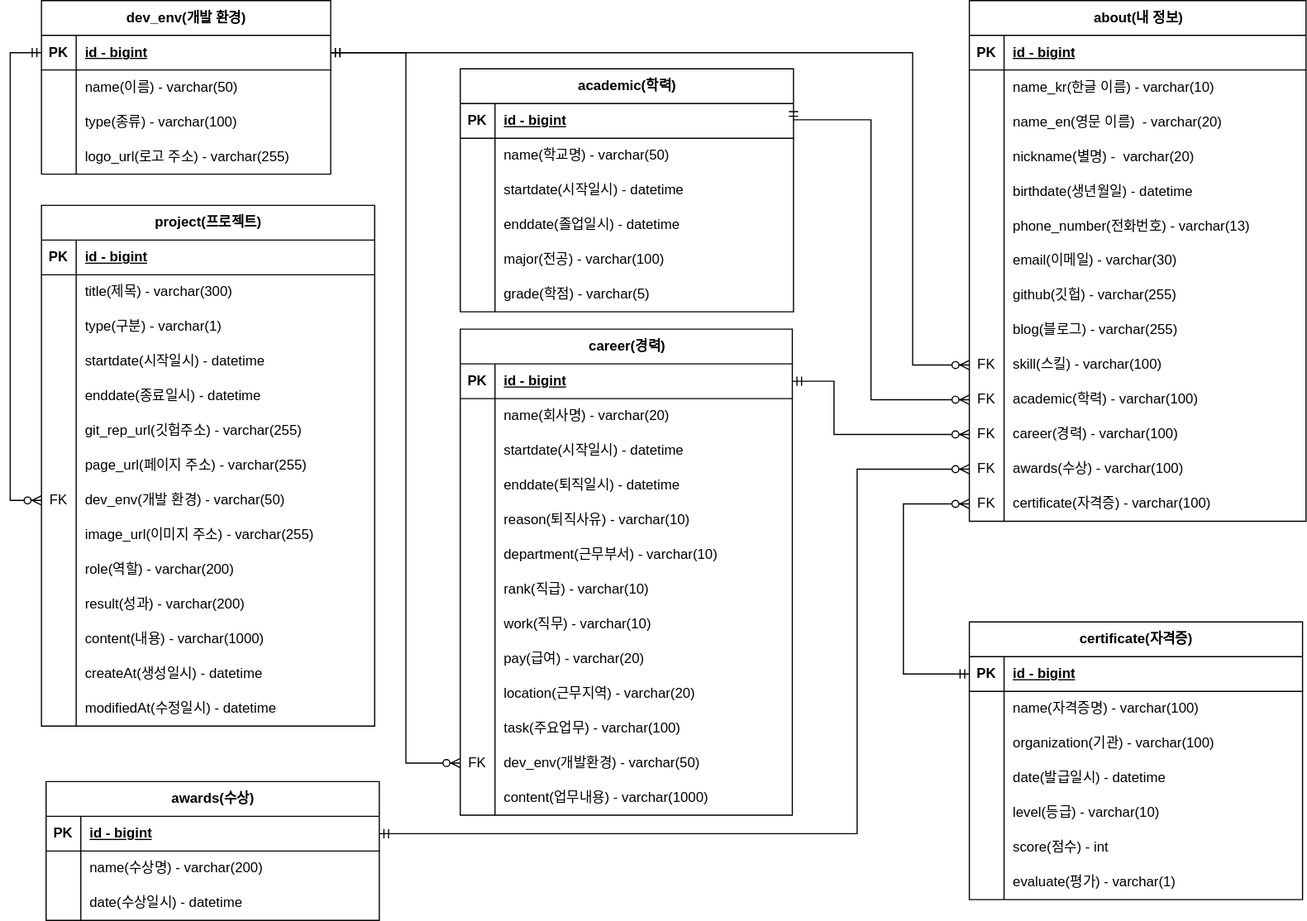
Above: document/project-portfolio-erd.svg in benedictJHGil/my-portfolio-app (draw.io), before the change. Source tidied: cells renumbered, new cells last; positions are measured from the earlier drawing's top-left corner, leaving out a move shared by most shapes.
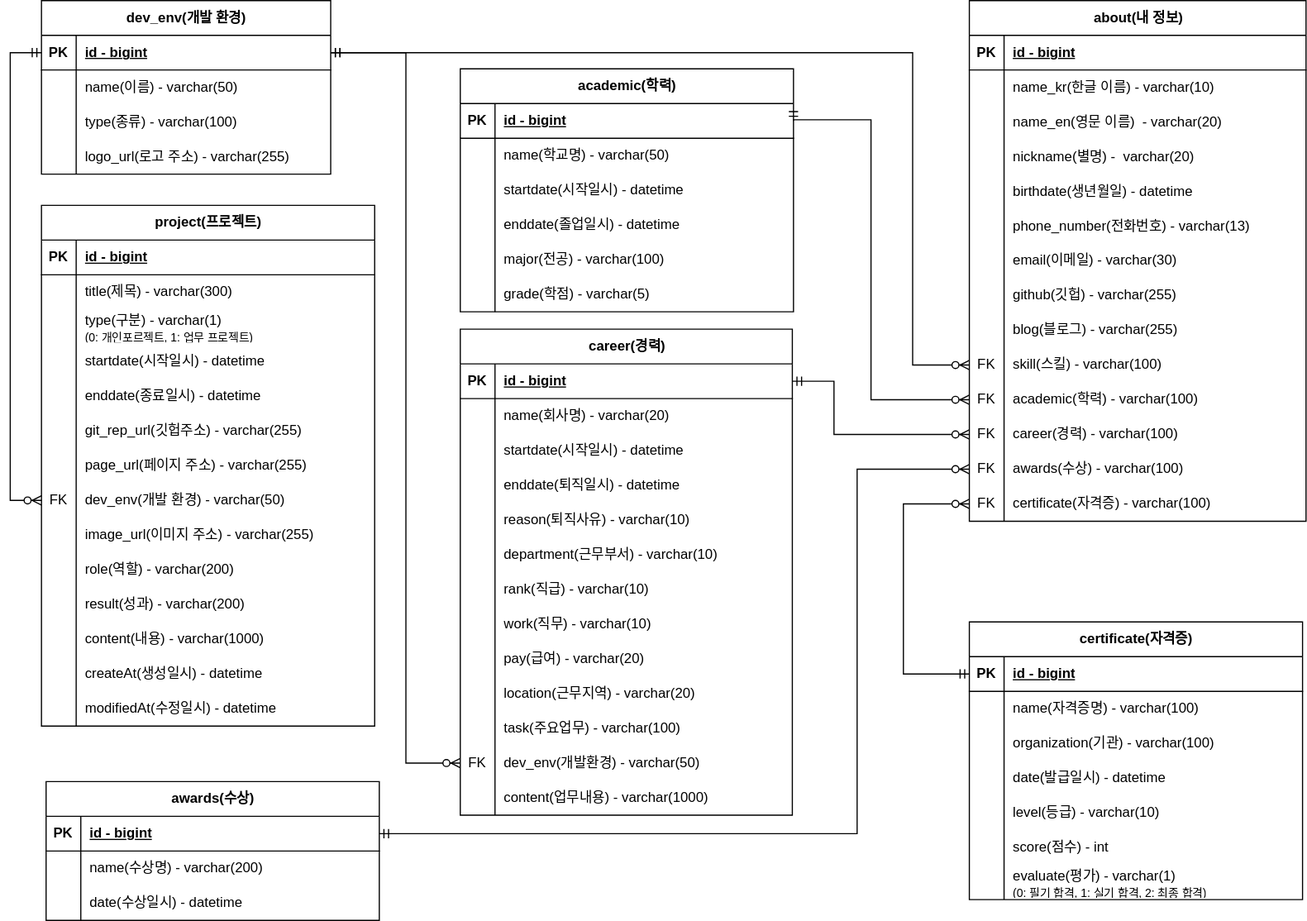
The same file after the commit.

Diff of the diagram source:
```diff
@@ -29,7 +29,7 @@
     <mxCell id="10" style="shape=partialRectangle;fillColor=none;top=0;left=0;bottom=0;right=0;overflow=hidden;whiteSpace=wrap;html=1;" parent="9" vertex="1">
       <mxGeometry width="30" height="30" as="geometry" />
     </mxCell>
-    <mxCell id="11" value="type(구분) - varchar(1)" style="shape=partialRectangle;fillColor=none;top=0;left=0;bottom=0;right=0;align=left;spacingLeft=6;overflow=hidden;whiteSpace=wrap;html=1;" parent="9" vertex="1">
+    <mxCell id="11" value="type(구분) - varchar(1)&amp;nbsp;&lt;div&gt;&lt;font style=&quot;font-size: 10px;&quot;&gt;(0: 개인포르젝트, 1: 업무 프로젝트)&lt;/font&gt;&lt;/div&gt;" style="shape=partialRectangle;fillColor=none;top=0;left=0;bottom=0;right=0;align=left;spacingLeft=6;overflow=hidden;whiteSpace=wrap;html=1;" parent="9" vertex="1">
       <mxGeometry x="30" width="258" height="30" as="geometry" />
     </mxCell>
     <mxCell id="12" style="shape=tableRow;horizontal=0;startSize=0;swimlaneHead=0;swimlaneBody=0;fillColor=none;top=0;left=0;right=0;bottom=0;" parent="2" vertex="1">
@@ -617,7 +617,7 @@
     <mxCell id="196" style="shape=partialRectangle;fillColor=none;top=0;left=0;bottom=0;right=0;overflow=hidden;whiteSpace=wrap;html=1;" parent="195" vertex="1">
       <mxGeometry width="30" height="30" as="geometry" />
     </mxCell>
-    <mxCell id="197" value="evaluate(평가) - varchar(1)" style="shape=partialRectangle;fillColor=none;top=0;left=0;bottom=0;right=0;align=left;spacingLeft=6;overflow=hidden;whiteSpace=wrap;html=1;" parent="195" vertex="1">
+    <mxCell id="197" value="evaluate(평가) - varchar(1)&lt;div&gt;&lt;font style=&quot;font-size: 10px;&quot;&gt;(0: 필기 합격, 1: 실기 합격, 2: 최종 합격)&lt;/font&gt;&lt;/div&gt;" style="shape=partialRectangle;fillColor=none;top=0;left=0;bottom=0;right=0;align=left;spacingLeft=6;overflow=hidden;whiteSpace=wrap;html=1;" parent="195" vertex="1">
       <mxGeometry x="30" width="258" height="30" as="geometry" />
     </mxCell>
     <mxCell id="198" style="edgeStyle=orthogonalEdgeStyle;fontSize=12;html=1;endArrow=ERzeroToMany;startArrow=ERmandOne;rounded=0;entryX=0;entryY=0.5;entryDx=0;entryDy=0;exitX=0;exitY=0.5;exitDx=0;exitDy=0;" parent="1" edge="1" source="177" target="99">
```
